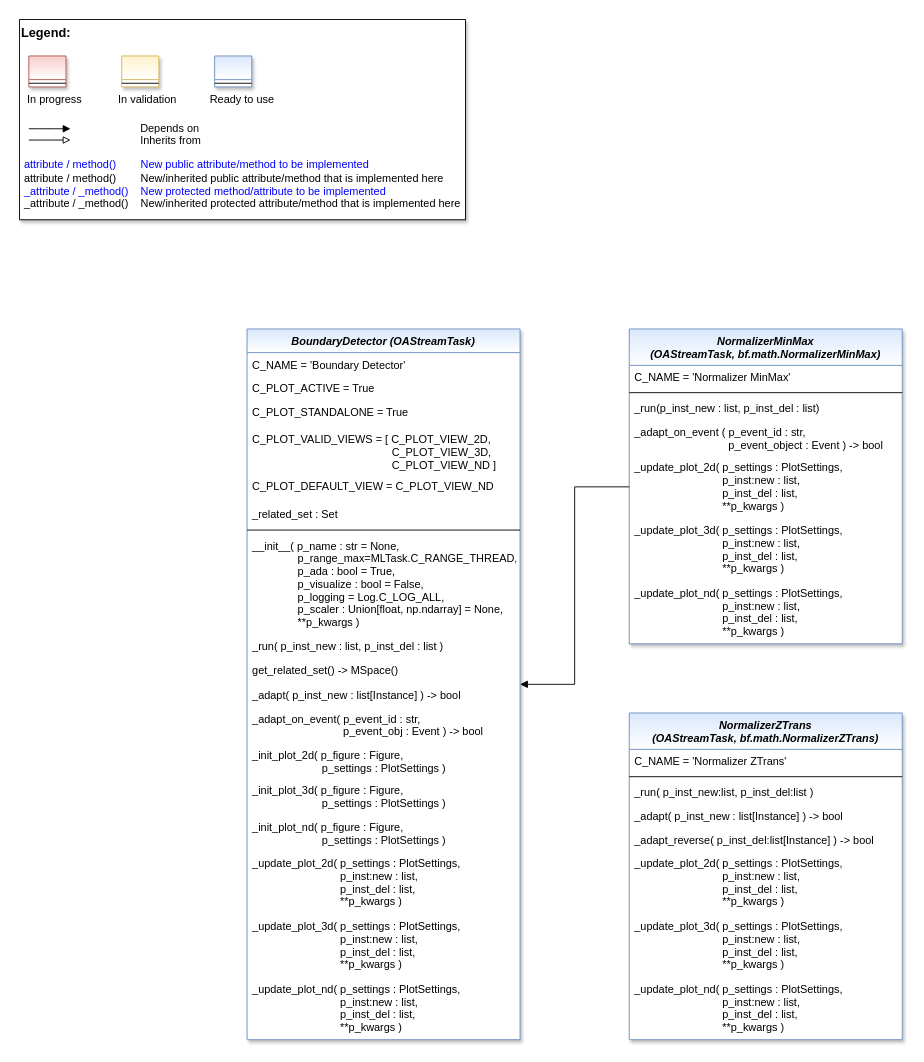
Above: doc/rtd/content/99_appendices/appendix2/sub/mlpro_oa/streams/10_preprocessing/images/MLPro-OA-Preprocessing-Tasks_class_diagram.drawio in fhswf/MLPro (draw.io), before the change. Source tidied: cells renumbered, new cells numbered last; positions are measured from the earlier drawing's top-left corner, leaving out a move shared by most shapes. Both pictures are drawn from the tidied source at 91%, with x=0, y=0 at pixel (19, 19).
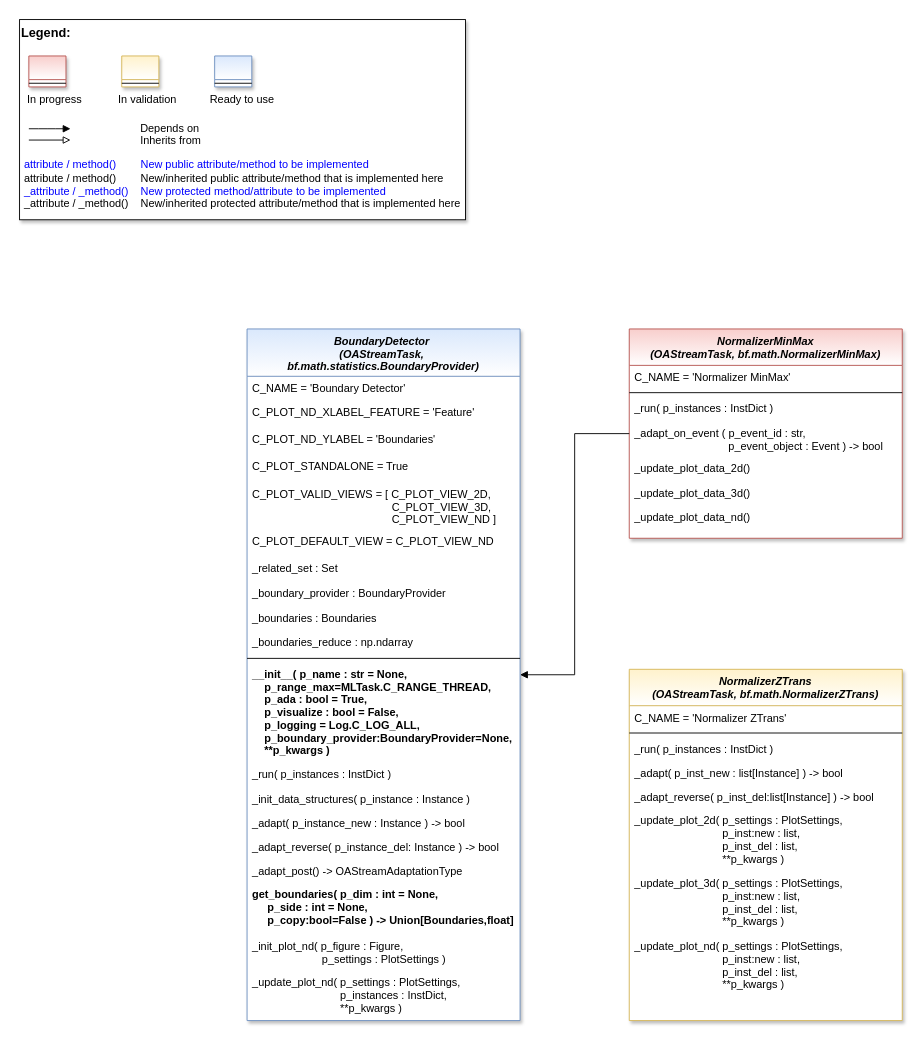
The same page after the edit.

The edit, as a diff of the source:
```diff
@@
-    <mxCell id="12" value="BoundaryDetector (OAStreamTask)" style="swimlane;fontStyle=3;align=center;verticalAlign=top;horizontal=1;startSize=26;rounded=0;shadow=1;strokeWidth=1;fillColor=#dae8fc;strokeColor=#6c8ebf;swimlaneFillColor=#ffffff;gradientColor=#FFFFFF;fontColor=default;" parent="1" vertex="1">
-      <mxGeometry x="250" y="340" width="300" height="781" as="geometry" />
+    <mxCell id="12" value="BoundaryDetector &#10;(OAStreamTask, &#10;bf.math.statistics.BoundaryProvider)" style="swimlane;fontStyle=3;align=center;verticalAlign=top;horizontal=1;startSize=52;rounded=0;shadow=1;strokeWidth=1;fillColor=#dae8fc;strokeColor=#6c8ebf;swimlaneFillColor=#ffffff;gradientColor=#FFFFFF;fontColor=default;" parent="1" vertex="1">
+      <mxGeometry x="250" y="340" width="300" height="760" as="geometry" />
     </mxCell>
     <mxCell id="13" value="C_NAME = 'Boundary Detector'" style="text;align=left;verticalAlign=top;spacingLeft=4;spacingRight=4;overflow=hidden;fontColor=default;" parent="12" vertex="1">
-      <mxGeometry y="26" width="300" height="26" as="geometry" />
+      <mxGeometry y="52" width="300" height="26" as="geometry" />
     </mxCell>
-    <mxCell id="14" value="C_PLOT_ACTIVE = True" style="text;align=left;verticalAlign=top;spacingLeft=4;spacingRight=4;overflow=hidden;fontColor=default;" parent="12" vertex="1">
-      <mxGeometry y="52" width="300" height="26" as="geometry" />
-    </mxCell>
+    <mxCell id="49" value="C_PLOT_ND_XLABEL_FEATURE = 'Feature'" style="text;align=left;verticalAlign=top;spacingLeft=4;spacingRight=4;overflow=hidden;fontColor=default;" parent="12" vertex="1">
+      <mxGeometry y="78" width="300" height="30" as="geometry" />
+    </mxCell>
+    <mxCell id="50" value="C_PLOT_ND_YLABEL = 'Boundaries'" style="text;align=left;verticalAlign=top;spacingLeft=4;spacingRight=4;overflow=hidden;fontColor=default;" parent="12" vertex="1">
+      <mxGeometry y="108" width="300" height="30" as="geometry" />
+    </mxCell>
     <mxCell id="15" value="C_PLOT_STANDALONE = True" style="text;align=left;verticalAlign=top;spacingLeft=4;spacingRight=4;overflow=hidden;fontColor=default;" parent="12" vertex="1">
-      <mxGeometry y="78" width="300" height="30" as="geometry" />
+      <mxGeometry y="138" width="300" height="30" as="geometry" />
     </mxCell>
     <mxCell id="16" value="C_PLOT_VALID_VIEWS = [ C_PLOT_VIEW_2D,&#10;                                              C_PLOT_VIEW_3D,&#10;                                              C_PLOT_VIEW_ND ]" style="text;align=left;verticalAlign=top;spacingLeft=4;spacingRight=4;overflow=hidden;fontColor=default;" parent="12" vertex="1">
-      <mxGeometry y="108" width="300" height="52" as="geometry" />
+      <mxGeometry y="168" width="300" height="52" as="geometry" />
     </mxCell>
     <mxCell id="17" value="C_PLOT_DEFAULT_VIEW = C_PLOT_VIEW_ND" style="text;align=left;verticalAlign=top;spacingLeft=4;spacingRight=4;overflow=hidden;fontColor=default;" parent="12" vertex="1">
-      <mxGeometry y="160" width="300" height="30" as="geometry" />
+      <mxGeometry y="220" width="300" height="30" as="geometry" />
     </mxCell>
     <mxCell id="18" value="_related_set : Set" style="text;align=left;verticalAlign=top;spacingLeft=4;spacingRight=4;overflow=hidden;fontColor=default;" parent="12" vertex="1">
-      <mxGeometry y="190" width="300" height="27" as="geometry" />
+      <mxGeometry y="250" width="300" height="27" as="geometry" />
     </mxCell>
+    <mxCell id="51" value="_boundary_provider : BoundaryProvider" style="text;align=left;verticalAlign=top;spacingLeft=4;spacingRight=4;overflow=hidden;fontColor=default;" parent="12" vertex="1">
+      <mxGeometry y="277" width="300" height="27" as="geometry" />
+    </mxCell>
+    <mxCell id="52" value="_boundaries : Boundaries" style="text;align=left;verticalAlign=top;spacingLeft=4;spacingRight=4;overflow=hidden;fontColor=default;" parent="12" vertex="1">
+      <mxGeometry y="304" width="300" height="27" as="geometry" />
+    </mxCell>
+    <mxCell id="53" value="_boundaries_reduce : np.ndarray" style="text;align=left;verticalAlign=top;spacingLeft=4;spacingRight=4;overflow=hidden;fontColor=default;" parent="12" vertex="1">
+      <mxGeometry y="331" width="300" height="27" as="geometry" />
+    </mxCell>
     <mxCell id="19" style="line;html=1;strokeWidth=1;align=left;verticalAlign=middle;spacingTop=-1;spacingLeft=3;spacingRight=3;labelPosition=right;" parent="12" vertex="1">
-      <mxGeometry y="217" width="300" height="8" as="geometry" />
+      <mxGeometry y="358" width="300" height="8" as="geometry" />
     </mxCell>
-    <mxCell id="20" value="__init__( p_name : str = None,&#10;               p_range_max=MLTask.C_RANGE_THREAD,&#10;               p_ada : bool = True,&#10;               p_visualize : bool = False,&#10;               p_logging = Log.C_LOG_ALL,&#10;               p_scaler : Union[float, np.ndarray] = None,&#10;               **p_kwargs )" style="text;align=left;verticalAlign=top;spacingLeft=4;spacingRight=4;overflow=hidden;fontColor=default;" parent="12" vertex="1">
-      <mxGeometry y="225" width="300" height="110" as="geometry" />
+    <mxCell id="20" value="__init__( p_name : str = None,&#10;    p_range_max=MLTask.C_RANGE_THREAD,&#10;    p_ada : bool = True,&#10;    p_visualize : bool = False,&#10;    p_logging = Log.C_LOG_ALL,&#10;    p_boundary_provider:BoundaryProvider=None,&#10;    **p_kwargs )" style="text;align=left;verticalAlign=top;spacingLeft=4;spacingRight=4;overflow=hidden;fontColor=default;fontStyle=1;" parent="12" vertex="1">
+      <mxGeometry y="366" width="300" height="110" as="geometry" />
     </mxCell>
-    <mxCell id="21" value="_run( p_inst_new : list, p_inst_del : list )" style="text;align=left;verticalAlign=top;spacingLeft=4;spacingRight=4;overflow=hidden;fontColor=default;" parent="12" vertex="1">
-      <mxGeometry y="335" width="300" height="27" as="geometry" />
+    <mxCell id="21" value="_run( p_instances : InstDict )" style="text;align=left;verticalAlign=top;spacingLeft=4;spacingRight=4;overflow=hidden;fontColor=default;" parent="12" vertex="1">
+      <mxGeometry y="476" width="300" height="27" as="geometry" />
     </mxCell>
+    <mxCell id="54" value="_init_data_structures( p_instance : Instance )" style="text;align=left;verticalAlign=top;spacingLeft=4;spacingRight=4;overflow=hidden;fontColor=default;" parent="12" vertex="1">
+      <mxGeometry y="503" width="300" height="27" as="geometry" />
+    </mxCell>
+    <mxCell id="23" value="_adapt( p_instance_new : Instance ) -&gt; bool" style="text;align=left;verticalAlign=top;spacingLeft=4;spacingRight=4;overflow=hidden;fontColor=default;" parent="12" vertex="1">
+      <mxGeometry y="530" width="300" height="26" as="geometry" />
+    </mxCell>
+    <mxCell id="55" value="_adapt_reverse( p_instance_del: Instance ) -&gt; bool" style="text;align=left;verticalAlign=top;spacingLeft=4;spacingRight=4;overflow=hidden;fontColor=default;" parent="12" vertex="1">
+      <mxGeometry y="556" width="300" height="26" as="geometry" />
+    </mxCell>
+    <mxCell id="56" value="_adapt_post() -&gt; OAStreamAdaptationType" style="text;align=left;verticalAlign=top;spacingLeft=4;spacingRight=4;overflow=hidden;fontColor=default;" parent="12" vertex="1">
+      <mxGeometry y="582" width="300" height="26" as="geometry" />
+    </mxCell>
-    <mxCell id="22" value="get_related_set() -&gt; MSpace()" style="text;align=left;verticalAlign=top;spacingLeft=4;spacingRight=4;overflow=hidden;fontColor=default;" parent="12" vertex="1">
-      <mxGeometry y="362" width="300" height="27" as="geometry" />
+    <mxCell id="22" value="get_boundaries( p_dim : int = None, &#10;     p_side : int = None, &#10;     p_copy:bool=False ) -&gt; Union[Boundaries,float]" style="text;align=left;verticalAlign=top;spacingLeft=4;spacingRight=4;overflow=hidden;fontColor=default;fontStyle=1;" parent="12" vertex="1">
+      <mxGeometry y="608" width="300" height="57" as="geometry" />
     </mxCell>
-    <mxCell id="23" value="_adapt( p_inst_new : list[Instance] ) -&gt; bool" style="text;align=left;verticalAlign=top;spacingLeft=4;spacingRight=4;overflow=hidden;fontColor=default;" parent="12" vertex="1">
-      <mxGeometry y="389" width="300" height="26" as="geometry" />
-    </mxCell>
-    <mxCell id="24" value="_adapt_on_event( p_event_id : str, &#10;                              p_event_obj : Event ) -&gt; bool" style="text;align=left;verticalAlign=top;spacingLeft=4;spacingRight=4;overflow=hidden;fontColor=default;" parent="12" vertex="1">
-      <mxGeometry y="415" width="300" height="40" as="geometry" />
-    </mxCell>
-    <mxCell id="25" value="_init_plot_2d( p_figure : Figure, &#10;                       p_settings : PlotSettings )" style="text;align=left;verticalAlign=top;spacingLeft=4;spacingRight=4;overflow=hidden;fontColor=default;" parent="12" vertex="1">
-      <mxGeometry y="455" width="300" height="39" as="geometry" />
-    </mxCell>
-    <mxCell id="26" value="_init_plot_3d( p_figure : Figure, &#10;                       p_settings : PlotSettings )" style="text;align=left;verticalAlign=top;spacingLeft=4;spacingRight=4;overflow=hidden;fontColor=default;" parent="12" vertex="1">
-      <mxGeometry y="494" width="300" height="40" as="geometry" />
-    </mxCell>
     <mxCell id="27" value="_init_plot_nd( p_figure : Figure, &#10;                       p_settings : PlotSettings )" style="text;align=left;verticalAlign=top;spacingLeft=4;spacingRight=4;overflow=hidden;fontColor=default;" parent="12" vertex="1">
-      <mxGeometry y="534" width="300" height="40" as="geometry" />
+      <mxGeometry y="665" width="300" height="40" as="geometry" />
     </mxCell>
-    <mxCell id="28" value="_update_plot_2d( p_settings : PlotSettings,&#10;                             p_inst:new : list,&#10;                             p_inst_del : list,&#10;                             **p_kwargs )" style="text;align=left;verticalAlign=top;spacingLeft=4;spacingRight=4;overflow=hidden;fontColor=default;" parent="12" vertex="1">
-      <mxGeometry y="574" width="300" height="69" as="geometry" />
-    </mxCell>
-    <mxCell id="29" value="_update_plot_3d( p_settings : PlotSettings,&#10;                             p_inst:new : list,&#10;                             p_inst_del : list,&#10;                             **p_kwargs )" style="text;align=left;verticalAlign=top;spacingLeft=4;spacingRight=4;overflow=hidden;fontColor=default;" parent="12" vertex="1">
-      <mxGeometry y="643" width="300" height="69" as="geometry" />
-    </mxCell>
-    <mxCell id="30" value="_update_plot_nd( p_settings : PlotSettings,&#10;                             p_inst:new : list,&#10;                             p_inst_del : list,&#10;                             **p_kwargs )" style="text;align=left;verticalAlign=top;spacingLeft=4;spacingRight=4;overflow=hidden;fontColor=default;" parent="12" vertex="1">
-      <mxGeometry y="712" width="300" height="69" as="geometry" />
+    <mxCell id="30" value="_update_plot_nd( p_settings : PlotSettings,&#10;                             p_instances : InstDict,&#10;                             **p_kwargs )" style="text;align=left;verticalAlign=top;spacingLeft=4;spacingRight=4;overflow=hidden;fontColor=default;" parent="12" vertex="1">
+      <mxGeometry y="705" width="300" height="54" as="geometry" />
     </mxCell>
-    <mxCell id="31" value="NormalizerZTrans &#10;(OAStreamTask, bf.math.NormalizerZTrans)" style="swimlane;fontStyle=3;align=center;verticalAlign=top;horizontal=1;startSize=40;rounded=0;shadow=1;strokeWidth=1;fillColor=#dae8fc;strokeColor=#6c8ebf;swimlaneFillColor=#ffffff;gradientColor=#FFFFFF;" parent="1" vertex="1">
-      <mxGeometry x="670" y="762" width="300" height="359" as="geometry" />
+    <mxCell id="31" value="NormalizerZTrans &#10;(OAStreamTask, bf.math.NormalizerZTrans)" style="swimlane;fontStyle=3;align=center;verticalAlign=top;horizontal=1;startSize=40;rounded=0;shadow=1;strokeWidth=1;fillColor=#fff2cc;strokeColor=#d6b656;swimlaneFillColor=#ffffff;gradientColor=#FFFFFF;" parent="1" vertex="1">
+      <mxGeometry x="670" y="714" width="300" height="386" as="geometry" />
     </mxCell>
@@
-    <mxCell id="34" value="_run( p_inst_new:list, p_inst_del:list ) " style="text;align=left;verticalAlign=top;spacingLeft=4;spacingRight=4;overflow=hidden;fontColor=default;" parent="31" vertex="1">
-      <mxGeometry y="74" width="300" height="26" as="geometry" />
-    </mxCell>
+    <mxCell id="57" value="_run( p_instances : InstDict )" style="text;align=left;verticalAlign=top;spacingLeft=4;spacingRight=4;overflow=hidden;fontColor=default;" parent="31" vertex="1">
+      <mxGeometry y="74" width="300" height="27" as="geometry" />
+    </mxCell>
     <mxCell id="35" value="_adapt( p_inst_new : list[Instance] ) -&gt; bool" style="text;align=left;verticalAlign=top;spacingLeft=4;spacingRight=4;overflow=hidden;fontColor=default;" parent="31" vertex="1">
-      <mxGeometry y="100" width="300" height="26" as="geometry" />
+      <mxGeometry y="101" width="300" height="26" as="geometry" />
     </mxCell>
     <mxCell id="36" value="_adapt_reverse( p_inst_del:list[Instance] ) -&gt; bool" style="text;align=left;verticalAlign=top;spacingLeft=4;spacingRight=4;overflow=hidden;fontColor=default;" parent="31" vertex="1">
-      <mxGeometry y="126" width="300" height="26" as="geometry" />
+      <mxGeometry y="127" width="300" height="26" as="geometry" />
     </mxCell>
     <mxCell id="37" value="_update_plot_2d( p_settings : PlotSettings,&#10;                             p_inst:new : list,&#10;                             p_inst_del : list,&#10;                             **p_kwargs )" style="text;align=left;verticalAlign=top;spacingLeft=4;spacingRight=4;overflow=hidden;fontColor=default;" parent="31" vertex="1">
-      <mxGeometry y="152" width="300" height="69" as="geometry" />
+      <mxGeometry y="153" width="300" height="69" as="geometry" />
     </mxCell>
     <mxCell id="38" value="_update_plot_3d( p_settings : PlotSettings,&#10;                             p_inst:new : list,&#10;                             p_inst_del : list,&#10;                             **p_kwargs )" style="text;align=left;verticalAlign=top;spacingLeft=4;spacingRight=4;overflow=hidden;fontColor=default;" parent="31" vertex="1">
-      <mxGeometry y="221" width="300" height="69" as="geometry" />
+      <mxGeometry y="222" width="300" height="69" as="geometry" />
     </mxCell>
     <mxCell id="39" value="_update_plot_nd( p_settings : PlotSettings,&#10;                             p_inst:new : list,&#10;                             p_inst_del : list,&#10;                             **p_kwargs )" style="text;align=left;verticalAlign=top;spacingLeft=4;spacingRight=4;overflow=hidden;fontColor=default;" parent="31" vertex="1">
-      <mxGeometry y="290" width="300" height="69" as="geometry" />
+      <mxGeometry y="291" width="300" height="69" as="geometry" />
     </mxCell>
-    <mxCell id="40" value="NormalizerMinMax &#10;(OAStreamTask, bf.math.NormalizerMinMax)" style="swimlane;fontStyle=3;align=center;verticalAlign=top;horizontal=1;startSize=40;rounded=0;shadow=1;strokeWidth=1;fillColor=#dae8fc;strokeColor=#6c8ebf;swimlaneFillColor=#ffffff;gradientColor=#FFFFFF;" parent="1" vertex="1">
-      <mxGeometry x="670" y="340" width="300" height="346" as="geometry" />
+    <mxCell id="40" value="NormalizerMinMax &#10;(OAStreamTask, bf.math.NormalizerMinMax)" style="swimlane;fontStyle=3;align=center;verticalAlign=top;horizontal=1;startSize=40;rounded=0;shadow=1;strokeWidth=1;fillColor=#f8cecc;strokeColor=#b85450;swimlaneFillColor=#ffffff;gradientColor=#FFFFFF;" parent="1" vertex="1">
+      <mxGeometry x="670" y="340" width="300" height="230" as="geometry" />
     </mxCell>
@@
-    <mxCell id="43" value="_run(p_inst_new : list, p_inst_del : list)" style="text;align=left;verticalAlign=top;spacingLeft=4;spacingRight=4;overflow=hidden;fontColor=default;" parent="40" vertex="1">
-      <mxGeometry y="74" width="300" height="26" as="geometry" />
-    </mxCell>
+    <mxCell id="58" value="_run( p_instances : InstDict )" style="text;align=left;verticalAlign=top;spacingLeft=4;spacingRight=4;overflow=hidden;fontColor=default;" parent="40" vertex="1">
+      <mxGeometry y="74" width="300" height="27" as="geometry" />
+    </mxCell>
     <mxCell id="44" value="_adapt_on_event ( p_event_id : str, &#10;                               p_event_object : Event ) -&gt; bool" style="text;align=left;verticalAlign=top;spacingLeft=4;spacingRight=4;overflow=hidden;fontColor=default;" parent="40" vertex="1">
-      <mxGeometry y="100" width="300" height="39" as="geometry" />
+      <mxGeometry y="101" width="300" height="39" as="geometry" />
     </mxCell>
-    <mxCell id="45" value="_update_plot_2d( p_settings : PlotSettings,&#10;                             p_inst:new : list,&#10;                             p_inst_del : list,&#10;                             **p_kwargs )" style="text;align=left;verticalAlign=top;spacingLeft=4;spacingRight=4;overflow=hidden;points=[[0,0.5],[1,0.5]];portConstraint=eastwest;fontColor=default;" parent="40" vertex="1">
-      <mxGeometry y="139" width="300" height="69" as="geometry" />
-    </mxCell>
-    <mxCell id="46" value="_update_plot_3d( p_settings : PlotSettings,&#10;                             p_inst:new : list,&#10;                             p_inst_del : list,&#10;                             **p_kwargs )" style="text;align=left;verticalAlign=top;spacingLeft=4;spacingRight=4;overflow=hidden;fontColor=default;" parent="40" vertex="1">
-      <mxGeometry y="208" width="300" height="69" as="geometry" />
-    </mxCell>
-    <mxCell id="47" value="_update_plot_nd( p_settings : PlotSettings,&#10;                             p_inst:new : list,&#10;                             p_inst_del : list,&#10;                             **p_kwargs )" style="text;align=left;verticalAlign=top;spacingLeft=4;spacingRight=4;overflow=hidden;fontColor=default;" parent="40" vertex="1">
-      <mxGeometry y="277" width="300" height="69" as="geometry" />
-    </mxCell>
+    <mxCell id="59" value="_update_plot_data_2d()" style="text;align=left;verticalAlign=top;spacingLeft=4;spacingRight=4;overflow=hidden;fontColor=default;" parent="40" vertex="1">
+      <mxGeometry y="140" width="300" height="27" as="geometry" />
+    </mxCell>
+    <mxCell id="60" value="_update_plot_data_3d()" style="text;align=left;verticalAlign=top;spacingLeft=4;spacingRight=4;overflow=hidden;fontColor=default;" parent="40" vertex="1">
+      <mxGeometry y="167" width="300" height="27" as="geometry" />
+    </mxCell>
+    <mxCell id="61" value="_update_plot_data_nd()" style="text;align=left;verticalAlign=top;spacingLeft=4;spacingRight=4;overflow=hidden;fontColor=default;" parent="40" vertex="1">
+      <mxGeometry y="194" width="300" height="27" as="geometry" />
+    </mxCell>
-    <mxCell id="48" style="edgeStyle=orthogonalEdgeStyle;rounded=0;jettySize=auto;html=1;endArrow=block;endFill=1;" parent="1" edge="1" source="45" target="12">
+    <mxCell id="48" style="edgeStyle=orthogonalEdgeStyle;rounded=0;jettySize=auto;html=1;endArrow=block;endFill=1;" parent="1" edge="1" source="40" target="12">
       <mxGeometry relative="1" as="geometry" />
     </mxCell>
```
